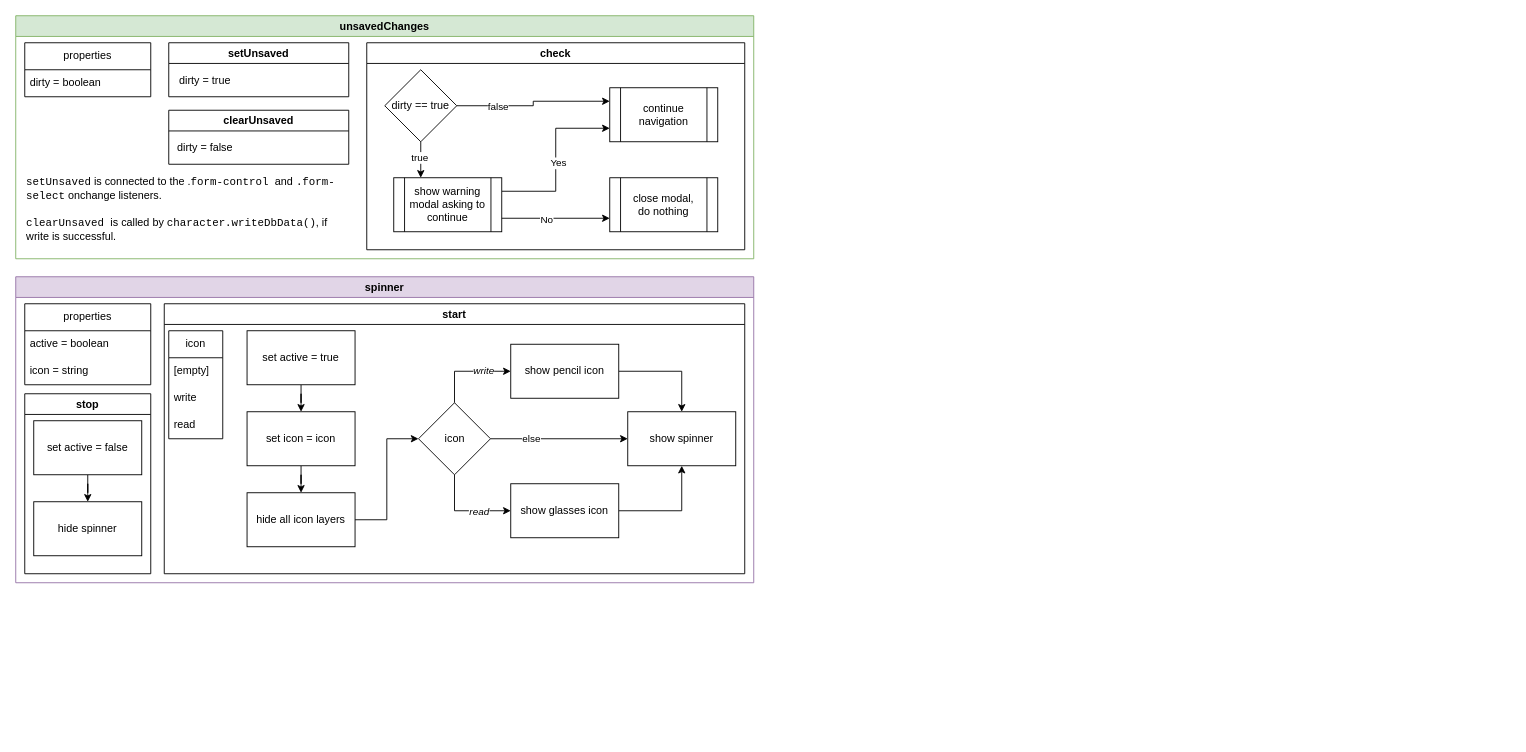
JS-Produksiyon/moc-character-db keeps this draw.io diagram as page "JS Misc Functions" (7 of 9) of moc-char-db-infrastructure.drawio. Above is the earlier version. Source tidied: cells renumbered, new cells numbered last; positions are measured from the earlier drawing's top-left corner, leaving out a move shared by most shapes. Both pictures are drawn from the tidied source at 90%, with x=0, y=0 at pixel (15, 15).
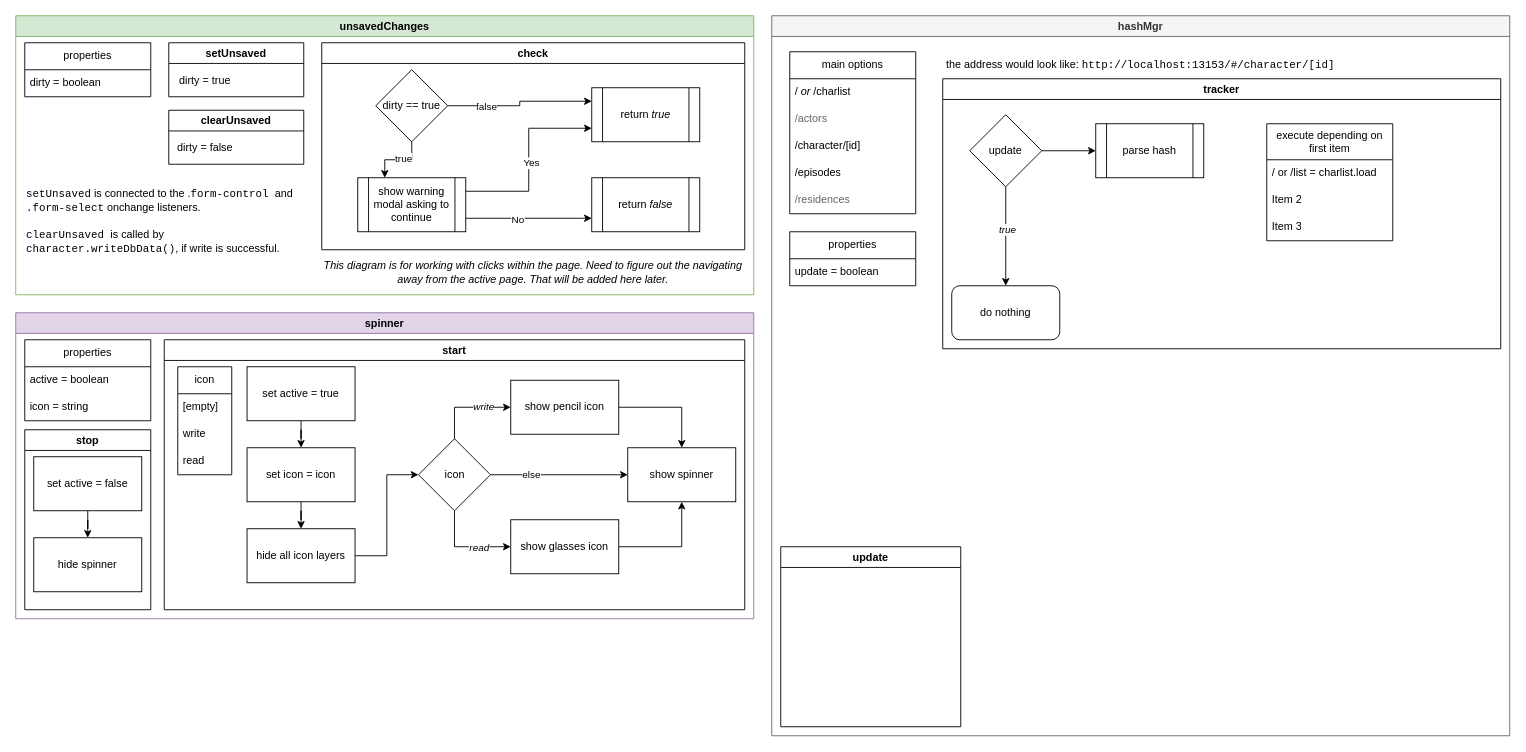
The same page after the edit.

The change refers to these unchanged cells:
```xml
<mxCell id="27" value="start" style="swimlane;whiteSpace=wrap;html=1;startSize=23;" parent="23" vertex="1">
  <mxGeometry x="165" y="30" width="645" height="300" as="geometry" />
</mxCell>
```

Diff of the diagram source:
```diff
@@
     <mxCell id="2" value="unsavedChanges" style="swimlane;whiteSpace=wrap;html=1;fillColor=#d5e8d4;strokeColor=#82b366;" parent="1" vertex="1">
-      <mxGeometry width="820" height="270" as="geometry" />
+      <mxGeometry width="820" height="310" as="geometry" />
     </mxCell>
     <mxCell id="3" value="setUnsaved" style="swimlane;whiteSpace=wrap;html=1;" parent="2" vertex="1">
-      <mxGeometry x="170" y="30" width="200" height="60" as="geometry" />
+      <mxGeometry x="170" y="30" width="150" height="60" as="geometry" />
     </mxCell>
@@
     <mxCell id="5" value="check" style="swimlane;whiteSpace=wrap;html=1;" parent="2" vertex="1">
-      <mxGeometry x="390" y="30" width="420" height="230" as="geometry" />
+      <mxGeometry x="340" y="30" width="470" height="230" as="geometry" />
     </mxCell>
@@
     <mxCell id="10" value="dirty == true" style="rhombus;whiteSpace=wrap;html=1;" parent="5" vertex="1">
-      <mxGeometry x="20" y="30" width="80" height="80" as="geometry" />
+      <mxGeometry x="60" y="30" width="80" height="80" as="geometry" />
     </mxCell>
-    <mxCell id="11" value="continue navigation" style="shape=process;whiteSpace=wrap;html=1;backgroundOutline=1;" parent="5" vertex="1">
-      <mxGeometry x="270" y="50" width="120" height="60" as="geometry" />
+    <mxCell id="11" value="return &lt;i&gt;true&lt;/i&gt;" style="shape=process;whiteSpace=wrap;html=1;backgroundOutline=1;" parent="5" vertex="1">
+      <mxGeometry x="300" y="50" width="120" height="60" as="geometry" />
     </mxCell>
@@
     <mxCell id="14" value="show warning modal asking to continue" style="shape=process;whiteSpace=wrap;html=1;backgroundOutline=1;" parent="5" vertex="1">
-      <mxGeometry x="30" y="150" width="120" height="60" as="geometry" />
+      <mxGeometry x="40" y="150" width="120" height="60" as="geometry" />
     </mxCell>
@@
-    <mxCell id="17" value="close modal, &lt;br&gt;do nothing" style="shape=process;whiteSpace=wrap;html=1;backgroundOutline=1;" parent="5" vertex="1">
-      <mxGeometry x="270" y="150" width="120" height="60" as="geometry" />
+    <mxCell id="17" value="return &lt;i&gt;false&lt;/i&gt;" style="shape=process;whiteSpace=wrap;html=1;backgroundOutline=1;" parent="5" vertex="1">
+      <mxGeometry x="300" y="150" width="120" height="60" as="geometry" />
     </mxCell>
     <mxCell id="18" value="clearUnsaved" style="swimlane;whiteSpace=wrap;html=1;" parent="2" vertex="1">
-      <mxGeometry x="170" y="105" width="200" height="60" as="geometry" />
+      <mxGeometry x="170" y="105" width="150" height="60" as="geometry" />
     </mxCell>
@@
-    <mxCell id="20" value="&lt;font face=&quot;Courier New&quot;&gt;setUnsaved&lt;/font&gt; is connected to the .&lt;font face=&quot;Courier New&quot;&gt;form-control&amp;nbsp;&lt;/font&gt;and &lt;font face=&quot;Courier New&quot;&gt;.form-select&lt;/font&gt; onchange listeners.&lt;div&gt;&lt;br&gt;&lt;/div&gt;&lt;div&gt;&lt;font face=&quot;Courier New&quot;&gt;clearUnsaved &lt;/font&gt;is called by &lt;font face=&quot;Courier New&quot;&gt;character.writeDbData()&lt;/font&gt;, if write is successful.&lt;/div&gt;" style="text;html=1;align=left;verticalAlign=middle;whiteSpace=wrap;rounded=0;" parent="2" vertex="1">
-      <mxGeometry x="10" y="200" width="360" height="30" as="geometry" />
+    <mxCell id="20" value="&lt;font face=&quot;Courier New&quot;&gt;setUnsaved&lt;/font&gt; is connected to the .&lt;font face=&quot;Courier New&quot;&gt;form-control&amp;nbsp;&lt;/font&gt;and &lt;font face=&quot;Courier New&quot;&gt;.form-select&lt;/font&gt; onchange listeners.&lt;div&gt;&lt;br&gt;&lt;/div&gt;&lt;div&gt;&lt;font face=&quot;Courier New&quot;&gt;clearUnsaved &lt;/font&gt;is called by &lt;font face=&quot;Courier New&quot;&gt;character.writeDbData()&lt;/font&gt;, if write is successful.&lt;/div&gt;&lt;div&gt;&lt;br&gt;&lt;/div&gt;" style="text;html=1;align=left;verticalAlign=middle;whiteSpace=wrap;rounded=0;" parent="2" vertex="1">
+      <mxGeometry x="10" y="221" width="310" height="30" as="geometry" />
     </mxCell>
+    <mxCell id="54" value="This diagram is for working with clicks within the page. Need to figure out the navigating away from the active page. That will be added here later." style="text;html=1;align=center;verticalAlign=middle;whiteSpace=wrap;rounded=0;fontStyle=2;" parent="2" vertex="1">
+      <mxGeometry x="340" y="270" width="470" height="30" as="geometry" />
+    </mxCell>
@@
     <mxCell id="23" value="spinner" style="swimlane;whiteSpace=wrap;html=1;fillColor=#e1d5e7;strokeColor=#9673a6;" parent="1" vertex="1">
-      <mxGeometry y="290" width="820" height="340" as="geometry" />
+      <mxGeometry y="330" width="820" height="340" as="geometry" />
     </mxCell>
@@
+    <mxCell id="50" value="icon" style="swimlane;fontStyle=0;horizontal=1;startSize=30;whiteSpace=wrap;html=1;" parent="27" vertex="1">
+      <mxGeometry x="15" y="30" width="60" height="120" as="geometry" />
+    </mxCell>
+    <mxCell id="51" value="[empty]" style="text;strokeColor=none;fillColor=none;align=left;verticalAlign=middle;spacingLeft=4;spacingRight=4;overflow=hidden;whiteSpace=wrap;html=1;" parent="50" vertex="1">
+      <mxGeometry y="30" width="60" height="30" as="geometry" />
+    </mxCell>
+    <mxCell id="52" value="write" style="text;strokeColor=none;fillColor=none;align=left;verticalAlign=middle;spacingLeft=4;spacingRight=4;overflow=hidden;whiteSpace=wrap;html=1;" parent="50" vertex="1">
+      <mxGeometry y="60" width="60" height="30" as="geometry" />
+    </mxCell>
+    <mxCell id="53" value="read" style="text;strokeColor=none;fillColor=none;align=left;verticalAlign=middle;spacingLeft=4;spacingRight=4;overflow=hidden;whiteSpace=wrap;html=1;" parent="50" vertex="1">
+      <mxGeometry y="90" width="60" height="30" as="geometry" />
+    </mxCell>
@@
-    <mxCell id="50" value="icon" style="swimlane;fontStyle=0;horizontal=1;startSize=30;whiteSpace=wrap;html=1;" parent="1" vertex="1">
-      <mxGeometry x="170" y="350" width="60" height="120" as="geometry" />
-    </mxCell>
-    <mxCell id="51" value="[empty]" style="text;strokeColor=none;fillColor=none;align=left;verticalAlign=middle;spacingLeft=4;spacingRight=4;overflow=hidden;whiteSpace=wrap;html=1;" parent="50" vertex="1">
-      <mxGeometry y="30" width="60" height="30" as="geometry" />
-    </mxCell>
-    <mxCell id="52" value="write" style="text;strokeColor=none;fillColor=none;align=left;verticalAlign=middle;spacingLeft=4;spacingRight=4;overflow=hidden;whiteSpace=wrap;html=1;" parent="50" vertex="1">
-      <mxGeometry y="60" width="60" height="30" as="geometry" />
-    </mxCell>
-    <mxCell id="53" value="read" style="text;strokeColor=none;fillColor=none;align=left;verticalAlign=middle;spacingLeft=4;spacingRight=4;overflow=hidden;whiteSpace=wrap;html=1;" parent="50" vertex="1">
-      <mxGeometry y="90" width="60" height="30" as="geometry" />
-    </mxCell>
+    <mxCell id="55" value="hashMgr" style="swimlane;whiteSpace=wrap;html=1;fillColor=#f5f5f5;fontColor=#333333;strokeColor=#666666;" parent="1" vertex="1">
+      <mxGeometry x="840" width="820" height="800" as="geometry" />
+    </mxCell>
+    <mxCell id="56" value="main options" style="swimlane;fontStyle=0;horizontal=1;startSize=30;whiteSpace=wrap;html=1;" parent="55" vertex="1">
+      <mxGeometry x="20" y="40" width="140" height="180" as="geometry" />
+    </mxCell>
+    <mxCell id="57" value="/ &lt;i&gt;or&lt;/i&gt; /charlist" style="text;strokeColor=none;fillColor=none;align=left;verticalAlign=middle;spacingLeft=4;spacingRight=4;overflow=hidden;whiteSpace=wrap;html=1;" parent="56" vertex="1">
+      <mxGeometry y="30" width="140" height="30" as="geometry" />
+    </mxCell>
+    <mxCell id="58" value="/actors" style="text;align=left;verticalAlign=middle;spacingLeft=4;spacingRight=4;overflow=hidden;whiteSpace=wrap;html=1;textShadow=0;fontColor=#666666;" parent="56" vertex="1">
+      <mxGeometry y="60" width="140" height="30" as="geometry" />
+    </mxCell>
+    <mxCell id="59" value="/character/[id]" style="text;strokeColor=none;fillColor=none;align=left;verticalAlign=middle;spacingLeft=4;spacingRight=4;overflow=hidden;whiteSpace=wrap;html=1;" parent="56" vertex="1">
+      <mxGeometry y="90" width="140" height="30" as="geometry" />
+    </mxCell>
+    <mxCell id="60" value="/episodes" style="text;strokeColor=none;fillColor=none;align=left;verticalAlign=middle;spacingLeft=4;spacingRight=4;overflow=hidden;whiteSpace=wrap;html=1;" parent="56" vertex="1">
+      <mxGeometry y="120" width="140" height="30" as="geometry" />
+    </mxCell>
+    <mxCell id="61" value="/residences" style="text;strokeColor=none;fillColor=none;align=left;verticalAlign=middle;spacingLeft=4;spacingRight=4;overflow=hidden;whiteSpace=wrap;html=1;fontColor=#666666;" parent="56" vertex="1">
+      <mxGeometry y="150" width="140" height="30" as="geometry" />
+    </mxCell>
+    <mxCell id="62" value="the address would look like: &lt;font face=&quot;Courier New&quot;&gt;http://localhost:13153/#/character/[id]&lt;/font&gt;" style="text;html=1;align=center;verticalAlign=middle;whiteSpace=wrap;rounded=0;" parent="55" vertex="1">
+      <mxGeometry x="180" y="40" width="460" height="30" as="geometry" />
+    </mxCell>
+    <mxCell id="63" value="tracker" style="swimlane;whiteSpace=wrap;html=1;" parent="55" vertex="1">
+      <mxGeometry x="190" y="70" width="620" height="300" as="geometry" />
+    </mxCell>
+    <mxCell id="64" style="edgeStyle=orthogonalEdgeStyle;rounded=0;jettySize=auto;html=1;" parent="63" edge="1" source="67" target="68">
+      <mxGeometry relative="1" as="geometry" />
+    </mxCell>
+    <mxCell id="65" value="&lt;i&gt;true&lt;/i&gt;" style="edgeLabel;html=1;align=center;verticalAlign=middle;" parent="64" vertex="1">
+      <mxGeometry x="-0.15" y="1" relative="1" as="geometry" />
+    </mxCell>
+    <mxCell id="66" style="edgeStyle=orthogonalEdgeStyle;rounded=0;jettySize=auto;html=1;" parent="63" edge="1" source="67" target="69">
+      <mxGeometry relative="1" as="geometry" />
+    </mxCell>
+    <mxCell id="67" value="update" style="rhombus;whiteSpace=wrap;html=1;" parent="63" vertex="1">
+      <mxGeometry x="30" y="40" width="80" height="80" as="geometry" />
+    </mxCell>
+    <mxCell id="68" value="do nothing" style="rounded=1;whiteSpace=wrap;html=1;" parent="63" vertex="1">
+      <mxGeometry x="10" y="230" width="120" height="60" as="geometry" />
+    </mxCell>
+    <mxCell id="69" value="parse hash" style="shape=process;whiteSpace=wrap;html=1;backgroundOutline=1;" parent="63" vertex="1">
+      <mxGeometry x="170" y="50" width="120" height="60" as="geometry" />
+    </mxCell>
+    <mxCell id="70" value="execute depending on first item" style="swimlane;fontStyle=0;horizontal=1;startSize=40;whiteSpace=wrap;html=1;" parent="63" vertex="1">
+      <mxGeometry x="360" y="50" width="140" height="130" as="geometry" />
+    </mxCell>
+    <mxCell id="71" value="/ or /list = charlist.load&amp;nbsp;" style="text;strokeColor=none;fillColor=none;align=left;verticalAlign=middle;spacingLeft=4;spacingRight=4;overflow=hidden;whiteSpace=wrap;html=1;" parent="70" vertex="1">
+      <mxGeometry y="40" width="140" height="30" as="geometry" />
+    </mxCell>
+    <mxCell id="72" value="Item 2" style="text;strokeColor=none;fillColor=none;align=left;verticalAlign=middle;spacingLeft=4;spacingRight=4;overflow=hidden;whiteSpace=wrap;html=1;" parent="70" vertex="1">
+      <mxGeometry y="70" width="140" height="30" as="geometry" />
+    </mxCell>
+    <mxCell id="73" value="Item 3" style="text;strokeColor=none;fillColor=none;align=left;verticalAlign=middle;spacingLeft=4;spacingRight=4;overflow=hidden;whiteSpace=wrap;html=1;" parent="70" vertex="1">
+      <mxGeometry y="100" width="140" height="30" as="geometry" />
+    </mxCell>
+    <mxCell id="74" value="properties" style="swimlane;fontStyle=0;horizontal=1;startSize=30;whiteSpace=wrap;html=1;" parent="55" vertex="1">
+      <mxGeometry x="20" y="240" width="140" height="60" as="geometry" />
+    </mxCell>
+    <mxCell id="75" value="update = boolean" style="text;strokeColor=none;fillColor=none;align=left;verticalAlign=middle;spacingLeft=4;spacingRight=4;overflow=hidden;whiteSpace=wrap;html=1;" parent="74" vertex="1">
+      <mxGeometry y="30" width="140" height="30" as="geometry" />
+    </mxCell>
+    <mxCell id="76" value="update" style="swimlane;whiteSpace=wrap;html=1;" parent="55" vertex="1">
+      <mxGeometry x="10" y="590" width="200" height="200" as="geometry" />
+    </mxCell>
```
